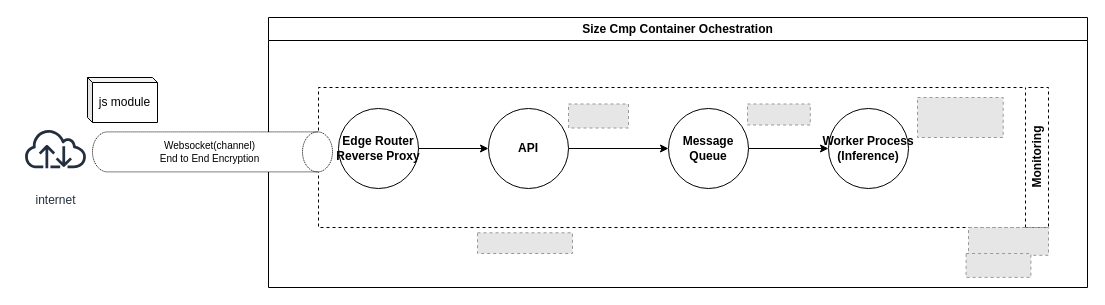
Before: assets/images/projects/architecture/card_ocr.drawio in byeong0/byeong0.github.io, a draw.io diagram. Source tidied: cells renumbered, new cells numbered last; positions are measured from the earlier drawing's top-left corner, leaving out a move shared by most shapes. Both pictures are drawn from the tidied source at 100%, with x=0, y=0 at pixel (17, 17). Pictures stored in the file or linked from it are replaced by grey dashed boxes.
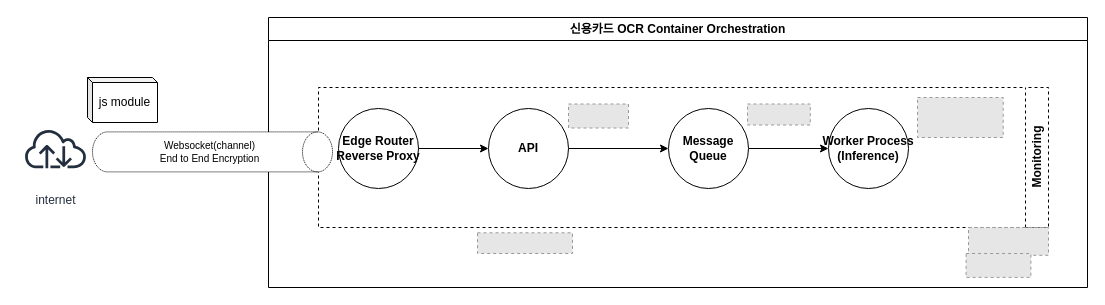
After the change.

Change to the diagram source:
```diff
@@
-    <mxCell id="2" value="Size Cmp Container Ochestration" style="swimlane;whiteSpace=wrap;html=1;swimlaneLine=1;swimlaneHead=1;" parent="1" vertex="1">
+    <mxCell id="2" value="신용카드 OCR Container Orchestration" style="swimlane;whiteSpace=wrap;html=1;swimlaneLine=1;swimlaneHead=1;" parent="1" vertex="1">
       <mxGeometry x="251" width="819" height="270" as="geometry" />
     </mxCell>
```
